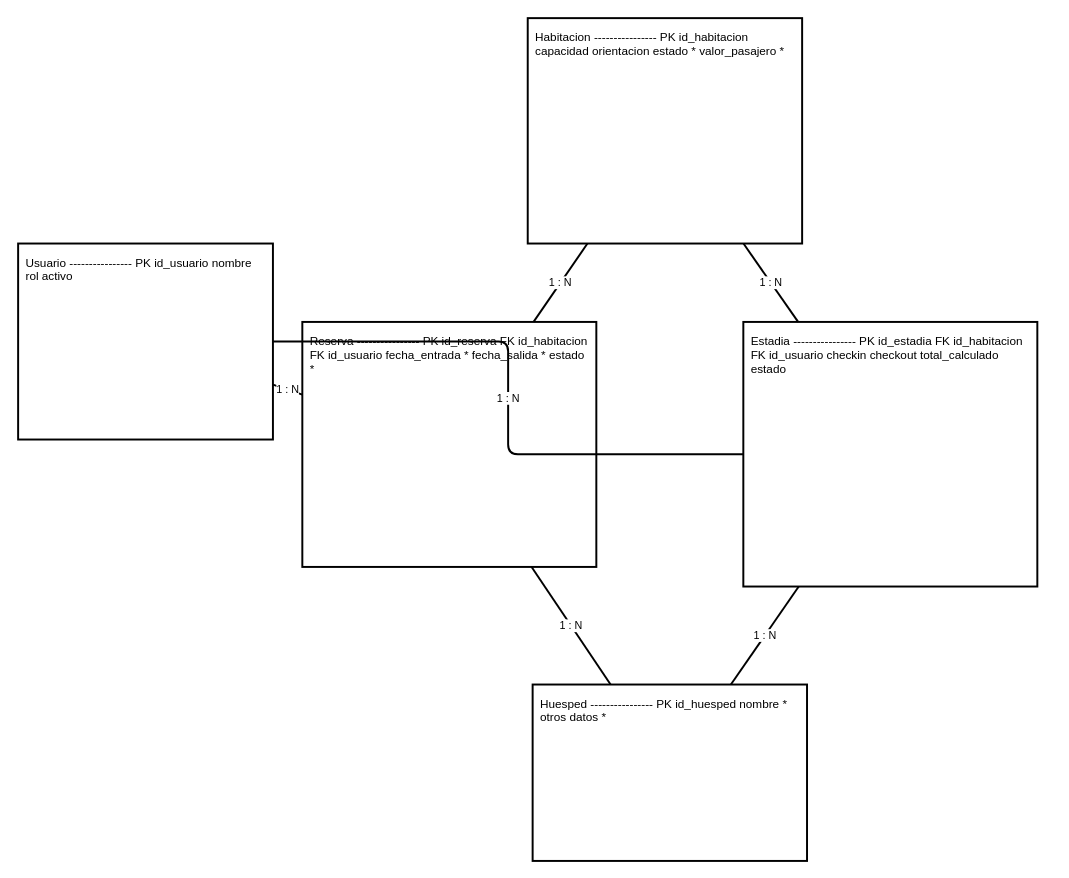
Yutre3/diego keeps this draw.io diagram as diagramas-editables/09-modelo-base-datos.drawio. Above is the earlier version. Source tidied: cells renumbered, new cells numbered last; positions are measured from the earlier drawing's top-left corner, leaving out a move shared by most shapes. Both pictures are drawn from the tidied source at 98%, with x=0, y=0 at pixel (18, 18).
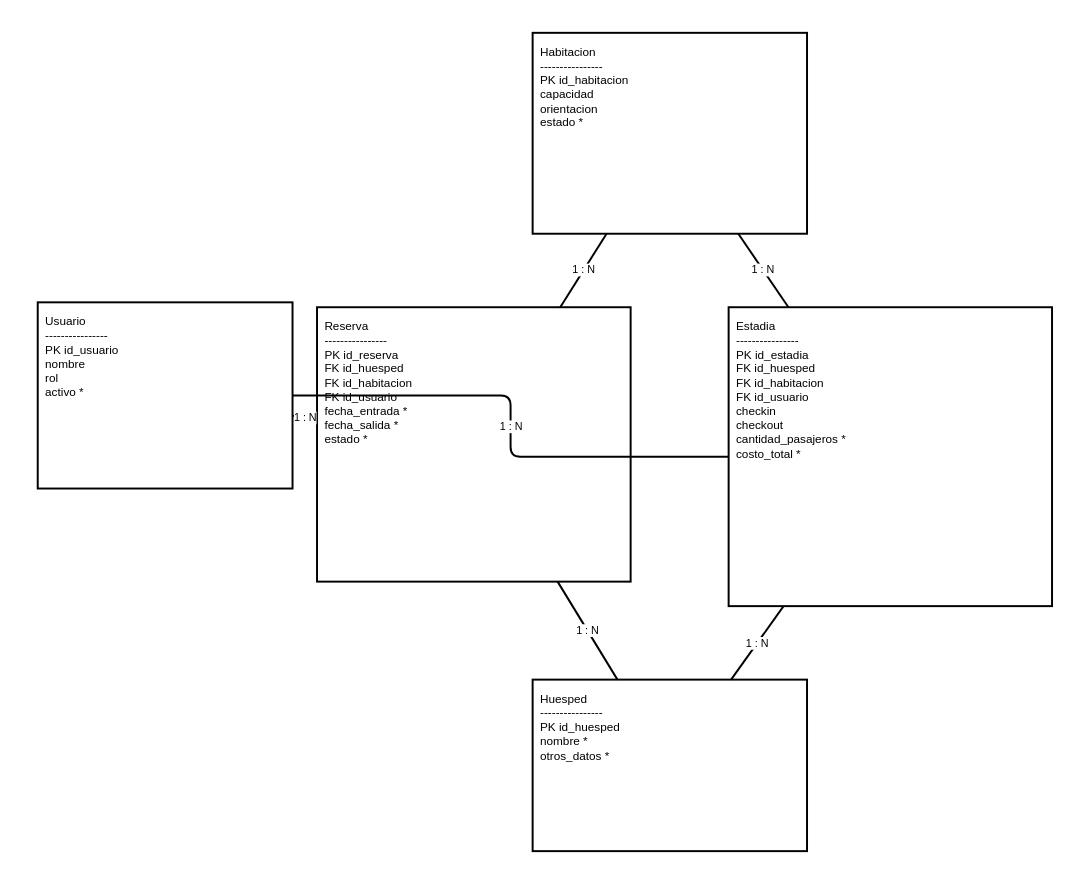
The same page after the edit.

Commit message:
Actualizar modelo de datos editable

The edit, as a diff of the source:
```diff
@@
 <mxGraphModel>
   <root>
     <mxCell id="0" />
     <mxCell id="1" parent="0" />
-    <mxCell id="2" value="Usuario ---------------- PK id_usuario nombre rol activo" style="rounded=0;whiteSpace=wrap;html=1;strokeWidth=2;align=left;verticalAlign=top;spacing=8;" parent="1" vertex="1">
-      <mxGeometry y="230" width="260" height="200" as="geometry" />
+    <mxCell id="2" value="Usuario&#10;----------------&#10;PK id_usuario&#10;nombre&#10;rol&#10;activo *" style="rounded=0;whiteSpace=wrap;html=1;strokeWidth=2;align=left;verticalAlign=top;spacing=8;" parent="1" vertex="1">
+      <mxGeometry x="20" y="290" width="260" height="190" as="geometry" />
     </mxCell>
-    <mxCell id="3" value="Habitacion ---------------- PK id_habitacion capacidad orientacion estado * valor_pasajero *" style="rounded=0;whiteSpace=wrap;html=1;strokeWidth=2;align=left;verticalAlign=top;spacing=8;" parent="1" vertex="1">
-      <mxGeometry x="520" width="280" height="230" as="geometry" />
+    <mxCell id="3" value="Habitacion&#10;----------------&#10;PK id_habitacion&#10;capacidad&#10;orientacion&#10;estado *" style="rounded=0;whiteSpace=wrap;html=1;strokeWidth=2;align=left;verticalAlign=top;spacing=8;" parent="1" vertex="1">
+      <mxGeometry x="525" y="15" width="280" height="205" as="geometry" />
     </mxCell>
+    <mxCell id="6" value="Huesped&#10;----------------&#10;PK id_huesped&#10;nombre *&#10;otros_datos *" style="rounded=0;whiteSpace=wrap;html=1;strokeWidth=2;align=left;verticalAlign=top;spacing=8;" parent="1" vertex="1">
+      <mxGeometry x="525" y="675" width="280" height="175" as="geometry" />
+    </mxCell>
-    <mxCell id="4" value="Reserva ---------------- PK id_reserva FK id_habitacion FK id_usuario fecha_entrada * fecha_salida * estado *" style="rounded=0;whiteSpace=wrap;html=1;strokeWidth=2;align=left;verticalAlign=top;spacing=8;" parent="1" vertex="1">
-      <mxGeometry x="290" y="310" width="300" height="250" as="geometry" />
+    <mxCell id="4" value="Reserva&#10;----------------&#10;PK id_reserva&#10;FK id_huesped&#10;FK id_habitacion&#10;FK id_usuario&#10;fecha_entrada *&#10;fecha_salida *&#10;estado *" style="rounded=0;whiteSpace=wrap;html=1;strokeWidth=2;align=left;verticalAlign=top;spacing=8;" parent="1" vertex="1">
+      <mxGeometry x="305" y="295" width="320" height="280" as="geometry" />
     </mxCell>
-    <mxCell id="5" value="Estadia ---------------- PK id_estadia FK id_habitacion FK id_usuario checkin checkout total_calculado estado" style="rounded=0;whiteSpace=wrap;html=1;strokeWidth=2;align=left;verticalAlign=top;spacing=8;" parent="1" vertex="1">
-      <mxGeometry x="740" y="310" width="300" height="270" as="geometry" />
+    <mxCell id="5" value="Estadia&#10;----------------&#10;PK id_estadia&#10;FK id_huesped&#10;FK id_habitacion&#10;FK id_usuario&#10;checkin&#10;checkout&#10;cantidad_pasajeros *&#10;costo_total *" style="rounded=0;whiteSpace=wrap;html=1;strokeWidth=2;align=left;verticalAlign=top;spacing=8;" parent="1" vertex="1">
+      <mxGeometry x="725" y="295" width="330" height="305" as="geometry" />
     </mxCell>
-    <mxCell id="6" value="Huesped ---------------- PK id_huesped nombre * otros datos *" style="rounded=0;whiteSpace=wrap;html=1;strokeWidth=2;align=left;verticalAlign=top;spacing=8;" parent="1" vertex="1">
-      <mxGeometry x="525" y="680" width="280" height="180" as="geometry" />
-    </mxCell>
     <mxCell id="7" value="1 : N" style="endArrow=none;html=1;strokeWidth=2;" parent="1" edge="1" source="3" target="4">
       <mxGeometry relative="1" as="geometry" />
     </mxCell>
     <mxCell id="8" value="1 : N" style="endArrow=none;html=1;strokeWidth=2;" parent="1" edge="1" source="3" target="5">
       <mxGeometry relative="1" as="geometry" />
     </mxCell>
     <mxCell id="9" value="1 : N" style="endArrow=none;html=1;strokeWidth=2;" parent="1" edge="1" source="2" target="4">
       <mxGeometry relative="1" as="geometry" />
     </mxCell>
     <mxCell id="10" value="1 : N" style="endArrow=none;html=1;strokeWidth=2;edgeStyle=orthogonalEdgeStyle;" parent="1" edge="1" source="2" target="5">
       <mxGeometry relative="1" as="geometry" />
     </mxCell>
     <mxCell id="11" value="1 : N" style="endArrow=none;html=1;strokeWidth=2;" parent="1" edge="1" source="6" target="4">
       <mxGeometry relative="1" as="geometry" />
     </mxCell>
     <mxCell id="12" value="1 : N" style="endArrow=none;html=1;strokeWidth=2;" parent="1" edge="1" source="6" target="5">
       <mxGeometry relative="1" as="geometry" />
     </mxCell>
   </root>
 </mxGraphModel>
```
